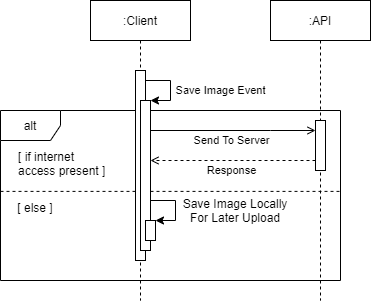
This is Project Docs/Diagrams/Save Image Sequence Diagrams/Client/Save Image Sequence Diagram (Client)(Image).png from jgalminas/nma, a draw.io export, as it was before one commit. Source tidied: cells renumbered, new cells last; positions are measured from the earlier drawing's top-left corner, leaving out a move shared by most shapes. The source it was exported from:
```xml
<mxGraphModel>
  <root>
    <mxCell id="0" />
    <mxCell id="1" parent="0" />
    <mxCell id="2" style="group;align=left;" parent="1" vertex="1">
      <mxGeometry y="110" width="340" height="170" as="geometry" />
    </mxCell>
    <mxCell id="3" style="line;strokeWidth=1;fillColor=none;align=left;verticalAlign=middle;spacingTop=-1;spacingLeft=3;spacingRight=3;labelPosition=right;dashed=1;" parent="2" vertex="1">
      <mxGeometry y="77" width="340" height="7.7" as="geometry" />
    </mxCell>
    <mxCell id="4" value="alt" style="shape=umlFrame;whiteSpace=wrap;html=1;" parent="2" vertex="1">
      <mxGeometry width="340" height="170" as="geometry" />
    </mxCell>
    <mxCell id="5" value="[ if internet access present ]" style="text;html=1;strokeColor=none;fillColor=none;align=left;verticalAlign=middle;whiteSpace=wrap;rounded=0;dashed=1;" parent="2" vertex="1">
      <mxGeometry x="16" y="38.5" width="94" height="28.9" as="geometry" />
    </mxCell>
    <mxCell id="6" value="[ else ]" style="text;html=1;strokeColor=none;fillColor=none;align=center;verticalAlign=middle;whiteSpace=wrap;rounded=0;dashed=1;" parent="2" vertex="1">
      <mxGeometry y="84.7" width="70" height="25.3" as="geometry" />
    </mxCell>
    <mxCell id="7" value="Save Image Locally For Later Upload" style="text;html=1;strokeColor=none;fillColor=none;align=center;verticalAlign=middle;whiteSpace=wrap;rounded=0;" parent="2" vertex="1">
      <mxGeometry x="180" y="90" width="110" height="20" as="geometry" />
    </mxCell>
    <mxCell id="8" value=":Client" style="shape=umlLifeline;perimeter=lifelinePerimeter;rounded=0;shadow=0;strokeWidth=1;" parent="1" vertex="1">
      <mxGeometry x="90" width="100" height="300" as="geometry" />
    </mxCell>
    <mxCell id="9" style="edgeStyle=orthogonalEdgeStyle;rounded=0;jettySize=auto;html=1;" parent="8" edge="1" source="11" target="12">
      <mxGeometry relative="1" as="geometry">
        <Array as="points">
          <mxPoint x="80" y="80" />
          <mxPoint x="80" y="100" />
        </Array>
      </mxGeometry>
    </mxCell>
    <mxCell id="10" value="Save Image Event" style="edgeLabel;html=1;align=center;verticalAlign=middle;" parent="9" vertex="1">
      <mxGeometry x="-0.07" relative="1" as="geometry">
        <mxPoint x="50" y="4.7" as="offset" />
      </mxGeometry>
    </mxCell>
    <mxCell id="11" style="points=[];perimeter=orthogonalPerimeter;rounded=0;shadow=0;strokeWidth=1;" parent="8" vertex="1">
      <mxGeometry x="45" y="70" width="10" height="190" as="geometry" />
    </mxCell>
    <mxCell id="12" style="points=[];perimeter=orthogonalPerimeter;rounded=0;shadow=0;strokeWidth=1;" parent="8" vertex="1">
      <mxGeometry x="50" y="100" width="10" height="150" as="geometry" />
    </mxCell>
    <mxCell id="13" style="html=1;points=[];perimeter=orthogonalPerimeter;" parent="8" vertex="1">
      <mxGeometry x="55" y="220" width="10" height="20" as="geometry" />
    </mxCell>
    <mxCell id="14" style="edgeStyle=orthogonalEdgeStyle;html=1;align=left;spacingLeft=2;endArrow=classic;rounded=0;entryX=1;entryY=0;endFill=1;" parent="8" edge="1" target="13">
      <mxGeometry relative="1" as="geometry">
        <mxPoint x="60" y="200" as="sourcePoint" />
        <Array as="points">
          <mxPoint x="85" y="200" />
        </Array>
      </mxGeometry>
    </mxCell>
    <mxCell id="15" value=":API" style="shape=umlLifeline;perimeter=lifelinePerimeter;rounded=0;shadow=0;strokeWidth=1;" parent="1" vertex="1">
      <mxGeometry x="270" width="100" height="300" as="geometry" />
    </mxCell>
    <mxCell id="16" style="html=1;points=[];perimeter=orthogonalPerimeter;align=left;" parent="15" vertex="1">
      <mxGeometry x="45" y="120" width="10" height="50" as="geometry" />
    </mxCell>
    <mxCell id="17" style="edgeStyle=orthogonalEdgeStyle;rounded=0;jettySize=auto;html=1;endArrow=open;endFill=0;" parent="1" edge="1" source="12" target="16">
      <mxGeometry relative="1" as="geometry">
        <Array as="points">
          <mxPoint x="270" y="130" />
          <mxPoint x="270" y="130" />
        </Array>
      </mxGeometry>
    </mxCell>
    <mxCell id="18" value="Send To Server" style="edgeLabel;html=1;align=center;verticalAlign=middle;" parent="17" vertex="1">
      <mxGeometry x="0.15" y="1" relative="1" as="geometry">
        <mxPoint x="-14.8" y="11" as="offset" />
      </mxGeometry>
    </mxCell>
    <mxCell id="19" style="edgeStyle=orthogonalEdgeStyle;rounded=0;jettySize=auto;html=1;endArrow=open;endFill=0;dashed=1;" parent="1" edge="1" source="16" target="12">
      <mxGeometry relative="1" as="geometry">
        <Array as="points">
          <mxPoint x="270" y="160" />
          <mxPoint x="270" y="160" />
        </Array>
      </mxGeometry>
    </mxCell>
    <mxCell id="20" value="Response" style="edgeLabel;html=1;align=center;verticalAlign=middle;" parent="19" vertex="1">
      <mxGeometry x="-0.22" y="1" relative="1" as="geometry">
        <mxPoint x="-20.7" y="9" as="offset" />
      </mxGeometry>
    </mxCell>
  </root>
</mxGraphModel>
```
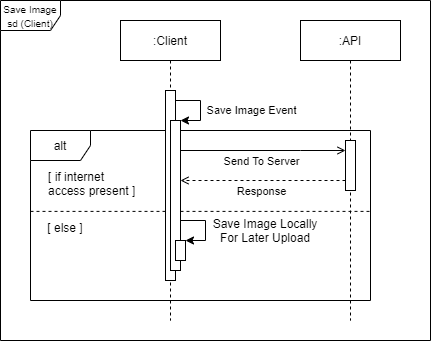
The same file after the commit.

Commit message:
Updated Both Save Image Sequence Diagrams

What changed in the source:
```diff
@@ -85,5 +85,8 @@
         <mxPoint x="-20.7" y="9" as="offset" />
       </mxGeometry>
     </mxCell>
+    <mxCell id="21" value="&lt;font style=&quot;font-size: 10px&quot;&gt;Save Image sd (Client)&lt;/font&gt;" style="shape=umlFrame;whiteSpace=wrap;html=1;" parent="1" vertex="1">
+      <mxGeometry x="-30" y="-20" width="430" height="340" as="geometry" />
+    </mxCell>
   </root>
 </mxGraphModel>
```
